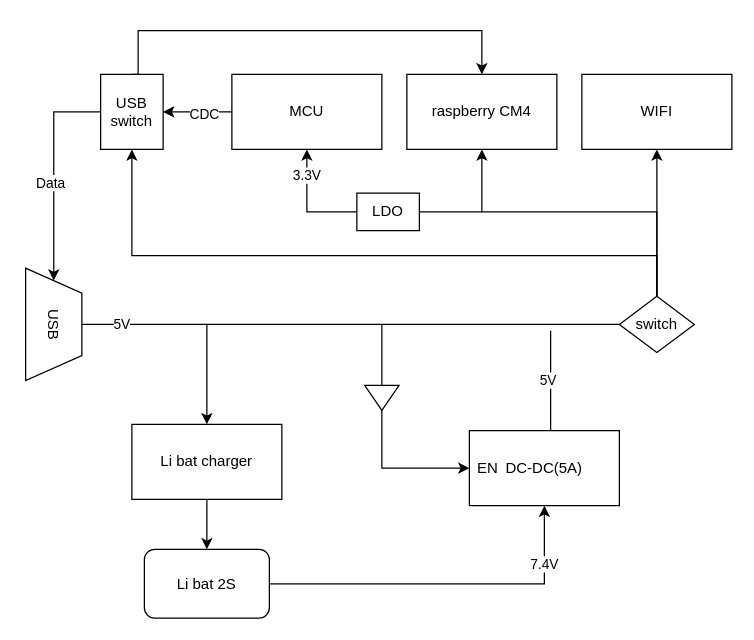
This is src/usb_power.drawio from colourfate/Blog, a draw.io file, before an edit. Source tidied: cells renumbered, new cells numbered last; positions are measured from the earlier drawing's top-left corner, leaving out a move shared by most shapes. Both pictures are drawn from the tidied source at 125%, with x=0, y=0 at pixel (-4, 30).
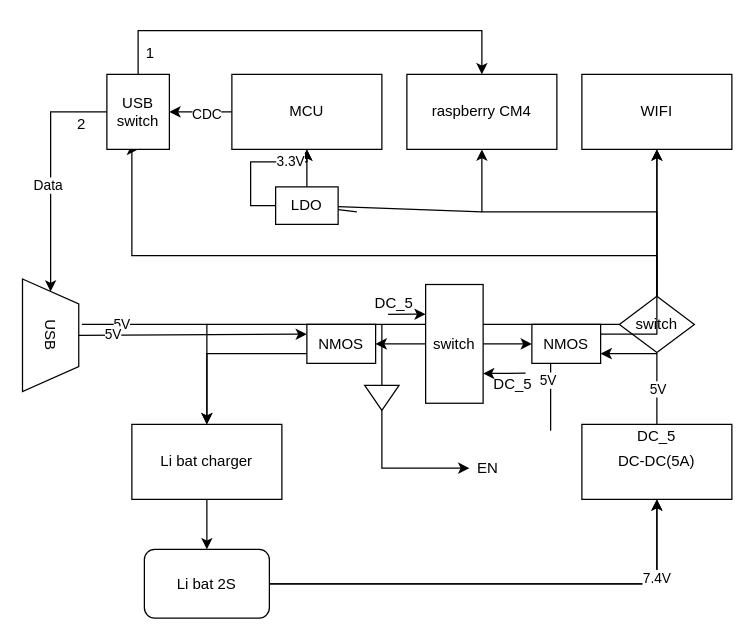
The same page after the edit.

Commit message:
usb_power：使用开关控制充电还是运行

The change refers to these unchanged cells:
```xml
<mxCell id="3" value="Li bat charger" style="rounded=0;whiteSpace=wrap;html=1;" parent="1" vertex="1">
  <mxGeometry x="108" y="315" width="120" height="60" as="geometry" />
</mxCell>
<mxCell id="10" value="raspberry CM4" style="rounded=0;whiteSpace=wrap;html=1;" parent="1" vertex="1">
  <mxGeometry x="328" y="35" width="120" height="60" as="geometry" />
</mxCell>
<mxCell id="11" value="WIFI" style="rounded=0;whiteSpace=wrap;html=1;" parent="1" vertex="1">
  <mxGeometry x="468" y="35" width="120" height="60" as="geometry" />
</mxCell>
<mxCell id="27" value="MCU" style="rounded=0;whiteSpace=wrap;html=1;" parent="1" vertex="1">
  <mxGeometry x="188" y="35" width="120" height="60" as="geometry" />
</mxCell>
```

Change to the diagram source:
```diff
@@
+    <mxCell id="36" style="edgeStyle=orthogonalEdgeStyle;rounded=0;jettySize=auto;html=1;exitX=1;exitY=0.5;exitDx=0;exitDy=0;entryX=0.5;entryY=1;entryDx=0;entryDy=0;" parent="1" edge="1" source="8" target="9">
+      <mxGeometry relative="1" as="geometry" />
+    </mxCell>
@@
+    <mxCell id="8" value="Li bat 2S" style="rounded=1;whiteSpace=wrap;html=1;" parent="1" vertex="1">
+      <mxGeometry x="118" y="415" width="100" height="55" as="geometry" />
+    </mxCell>
@@
-    <mxCell id="8" value="Li bat 2S" style="rounded=1;whiteSpace=wrap;html=1;" parent="1" vertex="1">
-      <mxGeometry x="118" y="415" width="100" height="55" as="geometry" />
-    </mxCell>
+    <mxCell id="37" style="edgeStyle=orthogonalEdgeStyle;rounded=0;jettySize=auto;html=1;exitX=0.5;exitY=0;exitDx=0;exitDy=0;entryX=1;entryY=0.75;entryDx=0;entryDy=0;" parent="1" edge="1" source="9" target="51">
+      <mxGeometry relative="1" as="geometry" />
+    </mxCell>
+    <mxCell id="38" value="5V" style="edgeLabel;html=1;align=center;verticalAlign=middle;" parent="37" vertex="1">
+      <mxGeometry x="-0.13" relative="1" as="geometry">
+        <mxPoint y="15" as="offset" />
+      </mxGeometry>
+    </mxCell>
     <mxCell id="9" value="DC-DC(5A)" style="rounded=0;whiteSpace=wrap;html=1;" parent="1" vertex="1">
-      <mxGeometry x="378" y="320" width="120" height="60" as="geometry" />
+      <mxGeometry x="468" y="315" width="120" height="60" as="geometry" />
     </mxCell>
@@
+    <mxCell id="17" style="edgeStyle=orthogonalEdgeStyle;rounded=0;jettySize=auto;html=1;entryX=0.5;entryY=1;entryDx=0;entryDy=0;" parent="1" edge="1" target="10">
+      <mxGeometry relative="1" as="geometry">
+        <mxPoint x="528" y="145" as="sourcePoint" />
+        <Array as="points">
+          <mxPoint x="528" y="220" />
+          <mxPoint x="528" y="145" />
+          <mxPoint x="348" y="145" />
+        </Array>
+      </mxGeometry>
+    </mxCell>
@@
+    <mxCell id="20" style="edgeStyle=orthogonalEdgeStyle;rounded=0;jettySize=auto;html=1;exitX=0.5;exitY=0;exitDx=0;exitDy=0;entryX=0.5;entryY=0;entryDx=0;entryDy=0;" parent="1" edge="1" source="23" target="10">
+      <mxGeometry relative="1" as="geometry">
+        <Array as="points">
+          <mxPoint x="113" />
+          <mxPoint x="388" />
+        </Array>
+      </mxGeometry>
+    </mxCell>
+    <mxCell id="18" style="edgeStyle=orthogonalEdgeStyle;rounded=0;jettySize=auto;html=1;exitX=0.5;exitY=0;exitDx=0;exitDy=0;entryX=0.5;entryY=1;entryDx=0;entryDy=0;" parent="1" edge="1" target="11">
+      <mxGeometry relative="1" as="geometry">
+        <mxPoint x="528" y="220" as="sourcePoint" />
+        <Array as="points">
+          <mxPoint x="528" y="220" />
+        </Array>
+      </mxGeometry>
+    </mxCell>
@@
+    <mxCell id="21" style="edgeStyle=orthogonalEdgeStyle;rounded=0;jettySize=auto;html=1;exitX=0;exitY=0.5;exitDx=0;exitDy=0;" parent="1" edge="1" source="23" target="24">
+      <mxGeometry relative="1" as="geometry" />
+    </mxCell>
+    <mxCell id="22" value="Data" style="edgeLabel;html=1;align=center;verticalAlign=middle;" parent="21" vertex="1">
+      <mxGeometry x="0.09" y="-3" relative="1" as="geometry" />
+    </mxCell>
+    <mxCell id="19" style="edgeStyle=orthogonalEdgeStyle;rounded=0;jettySize=auto;html=1;exitX=0.5;exitY=0;exitDx=0;exitDy=0;entryX=0.5;entryY=1;entryDx=0;entryDy=0;" parent="1" edge="1" source="33" target="23">
+      <mxGeometry relative="1" as="geometry">
+        <Array as="points">
+          <mxPoint x="528" y="180" />
+          <mxPoint x="108" y="180" />
+        </Array>
+      </mxGeometry>
+    </mxCell>
@@
+    <mxCell id="23" value="USB&lt;br&gt;switch" style="rounded=0;whiteSpace=wrap;html=1;" parent="1" vertex="1">
+      <mxGeometry x="88" y="35" width="50" height="60" as="geometry" />
+    </mxCell>
@@
-    <mxCell id="17" style="edgeStyle=orthogonalEdgeStyle;rounded=0;jettySize=auto;html=1;exitX=0.5;exitY=0;exitDx=0;exitDy=0;entryX=0.5;entryY=1;entryDx=0;entryDy=0;" parent="1" edge="1" target="10">
-      <mxGeometry relative="1" as="geometry">
-        <mxPoint x="528" y="220" as="sourcePoint" />
-        <Array as="points">
-          <mxPoint x="528" y="220" />
-          <mxPoint x="528" y="145" />
-          <mxPoint x="348" y="145" />
-        </Array>
-      </mxGeometry>
-    </mxCell>
-    <mxCell id="18" style="edgeStyle=orthogonalEdgeStyle;rounded=0;jettySize=auto;html=1;exitX=0.5;exitY=0;exitDx=0;exitDy=0;entryX=0.5;entryY=1;entryDx=0;entryDy=0;" parent="1" edge="1" target="11">
-      <mxGeometry relative="1" as="geometry">
-        <mxPoint x="528" y="220" as="sourcePoint" />
-        <Array as="points">
-          <mxPoint x="528" y="220" />
-        </Array>
-      </mxGeometry>
-    </mxCell>
-    <mxCell id="19" style="edgeStyle=orthogonalEdgeStyle;rounded=0;jettySize=auto;html=1;exitX=0.5;exitY=0;exitDx=0;exitDy=0;entryX=0.5;entryY=1;entryDx=0;entryDy=0;" parent="1" edge="1" source="33" target="23">
-      <mxGeometry relative="1" as="geometry">
-        <Array as="points">
-          <mxPoint x="528" y="180" />
-          <mxPoint x="108" y="180" />
-        </Array>
-      </mxGeometry>
-    </mxCell>
-    <mxCell id="20" style="edgeStyle=orthogonalEdgeStyle;rounded=0;jettySize=auto;html=1;exitX=0.5;exitY=0;exitDx=0;exitDy=0;entryX=0.5;entryY=0;entryDx=0;entryDy=0;" parent="1" edge="1" source="23" target="10">
-      <mxGeometry relative="1" as="geometry">
-        <Array as="points">
-          <mxPoint x="113" y="35" />
-          <mxPoint x="113" />
-          <mxPoint x="388" />
-        </Array>
-      </mxGeometry>
-    </mxCell>
-    <mxCell id="21" style="edgeStyle=orthogonalEdgeStyle;rounded=0;jettySize=auto;html=1;exitX=0;exitY=0.5;exitDx=0;exitDy=0;" parent="1" edge="1" source="23" target="24">
-      <mxGeometry relative="1" as="geometry" />
-    </mxCell>
-    <mxCell id="22" value="Data" style="edgeLabel;html=1;align=center;verticalAlign=middle;" parent="21" vertex="1">
-      <mxGeometry x="0.09" y="-3" relative="1" as="geometry" />
-    </mxCell>
-    <mxCell id="23" value="USB&lt;br&gt;switch" style="rounded=0;whiteSpace=wrap;html=1;" parent="1" vertex="1">
-      <mxGeometry x="83" y="35" width="50" height="60" as="geometry" />
-    </mxCell>
     <mxCell id="24" value="USB" style="shape=trapezoid;perimeter=trapezoidPerimeter;whiteSpace=wrap;html=1;fixedSize=1;rotation=90;" parent="1" vertex="1">
-      <mxGeometry x="0.5" y="212.5" width="90" height="45" as="geometry" />
+      <mxGeometry x="-2" y="221.2" width="90" height="45" as="geometry" />
     </mxCell>
@@
+    <mxCell id="39" style="edgeStyle=orthogonalEdgeStyle;rounded=0;jettySize=auto;html=1;exitX=0.5;exitY=0;exitDx=0;exitDy=0;entryX=0.5;entryY=1;entryDx=0;entryDy=0;" parent="1" edge="1" source="32" target="27">
+      <mxGeometry relative="1" as="geometry" />
+    </mxCell>
@@
+    <mxCell id="32" value="LDO" style="rounded=0;whiteSpace=wrap;html=1;" parent="1" vertex="1">
+      <mxGeometry x="223" y="125" width="50" height="30" as="geometry" />
+    </mxCell>
@@
+    <mxCell id="40" style="endArrow=none;html=1;rounded=0;startArrow=oval;startFill=1;" parent="1" edge="1">
+      <mxGeometry relative="1" as="geometry">
+        <mxPoint x="248" y="180" as="sourcePoint" />
+        <mxPoint x="248" y="180" as="targetPoint" />
+      </mxGeometry>
+    </mxCell>
+    <mxCell id="33" value="switch" style="rhombus;whiteSpace=wrap;html=1;" parent="1" vertex="1">
+      <mxGeometry x="498" y="212.5" width="60" height="45" as="geometry" />
+    </mxCell>
@@
-    <mxCell id="32" value="LDO" style="rounded=0;whiteSpace=wrap;html=1;" parent="1" vertex="1">
-      <mxGeometry x="288" y="130" width="50" height="30" as="geometry" />
-    </mxCell>
-    <mxCell id="33" value="switch" style="rhombus;whiteSpace=wrap;html=1;" parent="1" vertex="1">
-      <mxGeometry x="498" y="212.5" width="60" height="45" as="geometry" />
-    </mxCell>
+    <mxCell id="41" value="1" style="text;html=1;strokeColor=none;fillColor=none;align=center;verticalAlign=middle;whiteSpace=wrap;rounded=0;" parent="1" vertex="1">
+      <mxGeometry x="118" y="5" width="10" height="25" as="geometry" />
+    </mxCell>
@@
+    <mxCell id="42" value="2" style="text;html=1;strokeColor=none;fillColor=none;align=center;verticalAlign=middle;whiteSpace=wrap;rounded=0;" parent="1" vertex="1">
+      <mxGeometry x="38" y="60" width="60" height="30" as="geometry" />
+    </mxCell>
@@
+    <mxCell id="43" style="endArrow=classic;html=1;rounded=0;exitX=0.5;exitY=0;exitDx=0;exitDy=0;entryX=0;entryY=0.25;entryDx=0;entryDy=0;" parent="1" edge="1" source="24" target="49">
+      <mxGeometry relative="1" as="geometry" />
+    </mxCell>
+    <mxCell id="44" value="5V" style="edgeLabel;html=1;align=center;verticalAlign=middle;" parent="43" vertex="1">
+      <mxGeometry x="-0.7" y="1" relative="1" as="geometry" />
+    </mxCell>
+    <mxCell id="45" style="edgeStyle=orthogonalEdgeStyle;rounded=0;jettySize=auto;html=1;entryX=0.5;entryY=0;entryDx=0;entryDy=0;exitX=0;exitY=0.75;exitDx=0;exitDy=0;" parent="1" edge="1" source="49" target="3">
+      <mxGeometry relative="1" as="geometry" />
+    </mxCell>
+    <mxCell id="46" style="edgeStyle=orthogonalEdgeStyle;rounded=0;jettySize=auto;html=1;exitX=0;exitY=0.5;exitDx=0;exitDy=0;entryX=1;entryY=0.5;entryDx=0;entryDy=0;" parent="1" edge="1" source="48" target="49">
+      <mxGeometry relative="1" as="geometry" />
+    </mxCell>
+    <mxCell id="47" style="edgeStyle=orthogonalEdgeStyle;rounded=0;jettySize=auto;html=1;exitX=1;exitY=0.5;exitDx=0;exitDy=0;entryX=0;entryY=0.5;entryDx=0;entryDy=0;" parent="1" edge="1" source="48" target="51">
+      <mxGeometry relative="1" as="geometry" />
+    </mxCell>
+    <mxCell id="48" value="switch" style="rounded=0;whiteSpace=wrap;html=1;" parent="1" vertex="1">
+      <mxGeometry x="343" y="203.1" width="46" height="95" as="geometry" />
+    </mxCell>
+    <mxCell id="49" value="NMOS" style="rounded=0;whiteSpace=wrap;html=1;" parent="1" vertex="1">
+      <mxGeometry x="248" y="235" width="55" height="31.2" as="geometry" />
+    </mxCell>
+    <mxCell id="50" style="edgeStyle=orthogonalEdgeStyle;rounded=0;jettySize=auto;html=1;exitX=1;exitY=0.25;exitDx=0;exitDy=0;entryX=0.5;entryY=1;entryDx=0;entryDy=0;" parent="1" edge="1" source="51" target="11">
+      <mxGeometry relative="1" as="geometry" />
+    </mxCell>
+    <mxCell id="51" value="NMOS" style="rounded=0;whiteSpace=wrap;html=1;" parent="1" vertex="1">
+      <mxGeometry x="428" y="235" width="55" height="31.2" as="geometry" />
+    </mxCell>
+    <mxCell id="52" style="endArrow=classic;html=1;rounded=0;entryX=0;entryY=0.25;entryDx=0;entryDy=0;" parent="1" edge="1" target="48">
+      <mxGeometry relative="1" as="geometry">
+        <mxPoint x="313" y="227" as="sourcePoint" />
+      </mxGeometry>
+    </mxCell>
+    <mxCell id="53" value="DC_5" style="text;html=1;strokeColor=none;fillColor=none;align=center;verticalAlign=middle;whiteSpace=wrap;rounded=0;" parent="1" vertex="1">
+      <mxGeometry x="288" y="203" width="60" height="30" as="geometry" />
+    </mxCell>
+    <mxCell id="54" style="endArrow=classic;html=1;rounded=0;entryX=1;entryY=0.75;entryDx=0;entryDy=0;" parent="1" edge="1" target="48">
+      <mxGeometry relative="1" as="geometry">
+        <mxPoint x="423" y="274" as="sourcePoint" />
+      </mxGeometry>
+    </mxCell>
+    <mxCell id="55" value="DC_5" style="text;html=1;strokeColor=none;fillColor=none;align=center;verticalAlign=middle;whiteSpace=wrap;rounded=0;" parent="1" vertex="1">
+      <mxGeometry x="383" y="268.1" width="60" height="30" as="geometry" />
+    </mxCell>
+    <mxCell id="56" value="DC_5" style="text;html=1;strokeColor=none;fillColor=none;align=center;verticalAlign=middle;whiteSpace=wrap;rounded=0;" parent="1" vertex="1">
+      <mxGeometry x="498" y="310" width="60" height="30" as="geometry" />
+    </mxCell>
```
